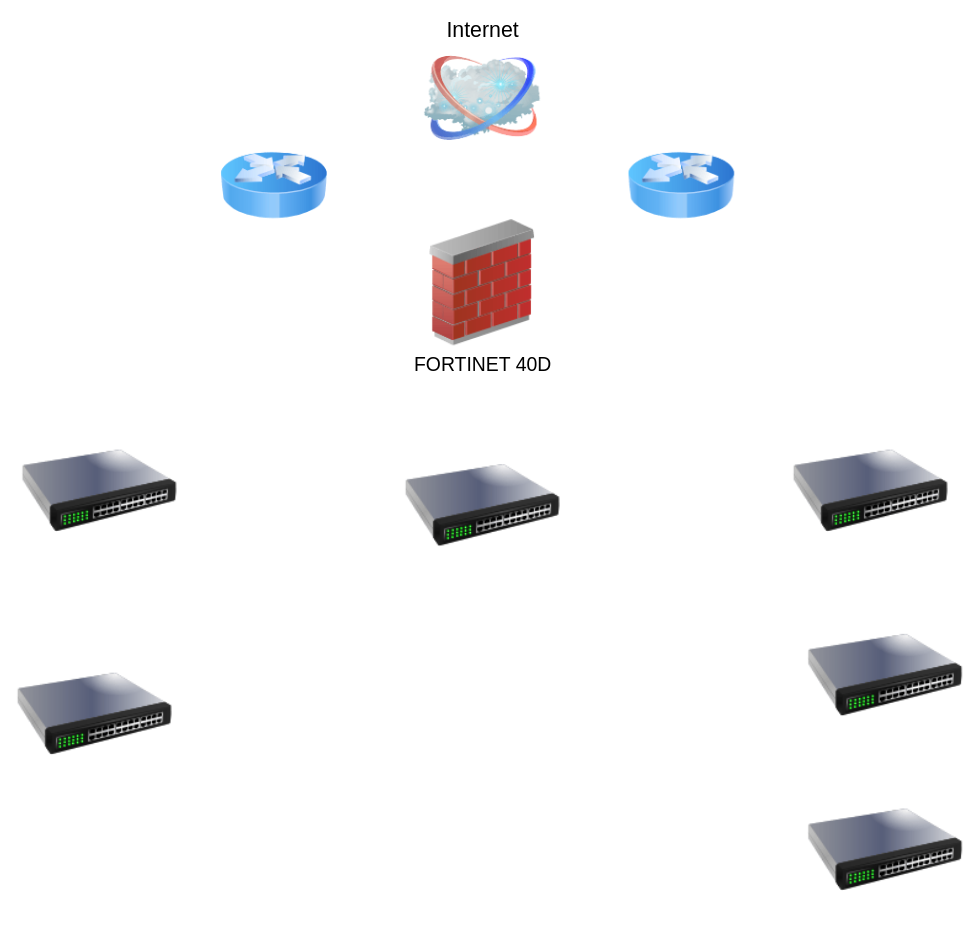
AndradeLeandro/Andrade keeps this draw.io diagram as 1002JACANA.drawio.xml. Above is the earlier version. Source tidied: cells renumbered, new cells numbered last; positions are measured from the earlier drawing's top-left corner, leaving out a move shared by most shapes. Both pictures are drawn from the tidied source at 97%, with x=0, y=0 at pixel (16, 45).
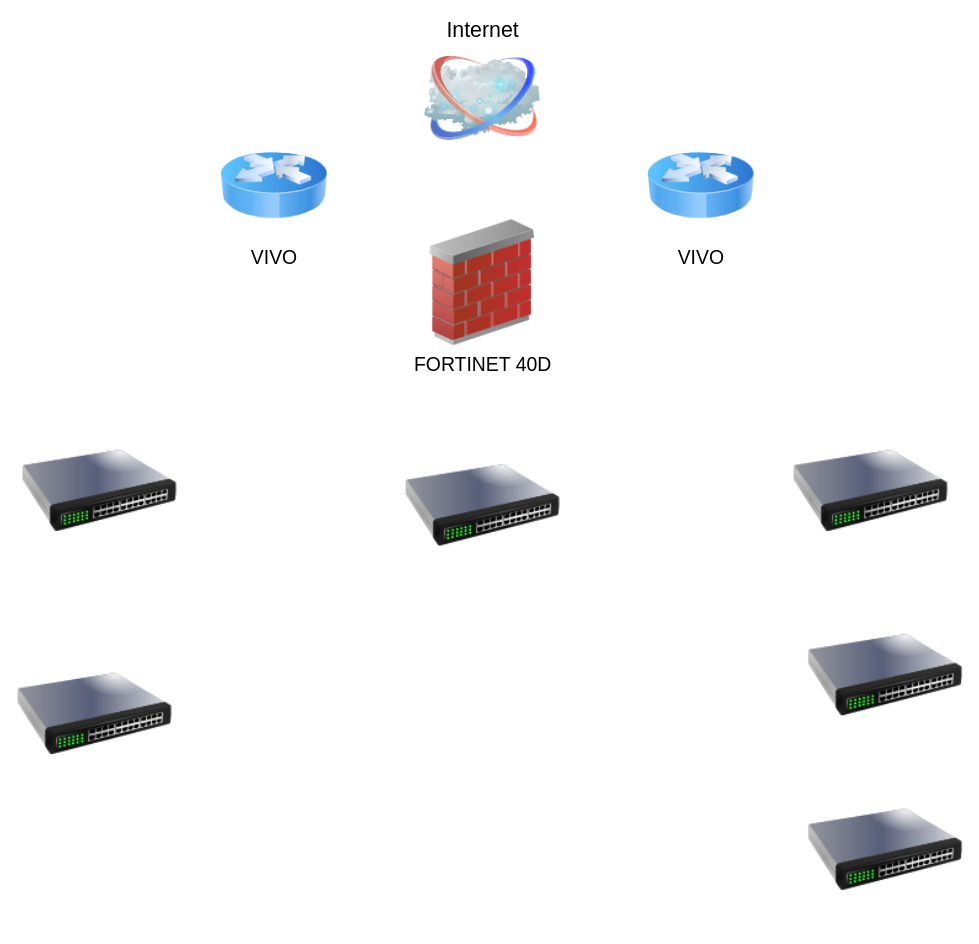
The same page after the edit.

Diff of the diagram source:
```diff
@@
 <mxGraphModel>
   <root>
     <mxCell id="0" />
     <mxCell id="1" parent="0" />
     <mxCell id="2" value="Internet" style="image;html=1;labelBackgroundColor=#ffffff;image=img/lib/clip_art/networking/Cloud_128x128.png;rounded=1;shadow=0;comic=0;strokeWidth=4;fontSize=22;labelPosition=center;verticalLabelPosition=top;align=center;verticalAlign=bottom;" parent="1" vertex="1">
       <mxGeometry x="420" width="120" height="110" as="geometry" />
     </mxCell>
     <mxCell id="3" value="&lt;span style=&quot;font-size: 20px&quot;&gt;FORTINET 40D&lt;/span&gt;" style="image;html=1;image=img/lib/clip_art/networking/Firewall_02_128x128.png;" parent="1" vertex="1">
       <mxGeometry x="405" y="180" width="150" height="130" as="geometry" />
     </mxCell>
     <mxCell id="4" style="image;html=1;image=img/lib/clip_art/networking/Switch_128x128.png;" parent="1" vertex="1">
       <mxGeometry x="5" y="380" width="160" height="160" as="geometry" />
     </mxCell>
-    <mxCell id="5" style="image;html=1;image=img/lib/clip_art/networking/Router_Icon_128x128.png;" parent="1" vertex="1">
-      <mxGeometry x="630" y="90" width="110" height="110" as="geometry" />
-    </mxCell>
-    <mxCell id="6" style="image;html=1;image=img/lib/clip_art/networking/Router_Icon_128x128.png;" parent="1" vertex="1">
+    <mxCell id="6" value="&lt;font style=&quot;font-size: 20px&quot;&gt;VIVO&lt;/font&gt;" style="image;html=1;image=img/lib/clip_art/networking/Router_Icon_128x128.png;" parent="1" vertex="1">
       <mxGeometry x="210" y="90" width="110" height="110" as="geometry" />
     </mxCell>
     <mxCell id="7" style="image;html=1;image=img/lib/clip_art/networking/Switch_128x128.png;" parent="1" vertex="1">
       <mxGeometry x="400" y="395" width="160" height="160" as="geometry" />
     </mxCell>
     <mxCell id="8" style="image;html=1;image=img/lib/clip_art/networking/Switch_128x128.png;" parent="1" vertex="1">
       <mxGeometry x="800" y="380" width="160" height="160" as="geometry" />
     </mxCell>
     <mxCell id="9" style="image;html=1;image=img/lib/clip_art/networking/Switch_128x128.png;" parent="1" vertex="1">
       <mxGeometry y="610" width="160" height="160" as="geometry" />
     </mxCell>
     <mxCell id="10" style="image;html=1;image=img/lib/clip_art/networking/Switch_128x128.png;" parent="1" vertex="1">
       <mxGeometry x="815" y="570" width="160" height="160" as="geometry" />
     </mxCell>
     <mxCell id="11" style="image;html=1;image=img/lib/clip_art/networking/Switch_128x128.png;" parent="1" vertex="1">
       <mxGeometry x="815" y="750" width="160" height="160" as="geometry" />
     </mxCell>
+    <mxCell id="12" value="&lt;font style=&quot;font-size: 20px&quot;&gt;VIVO&lt;/font&gt;" style="image;html=1;image=img/lib/clip_art/networking/Router_Icon_128x128.png;" parent="1" vertex="1">
+      <mxGeometry x="650" y="90" width="110" height="110" as="geometry" />
+    </mxCell>
   </root>
 </mxGraphModel>
```
